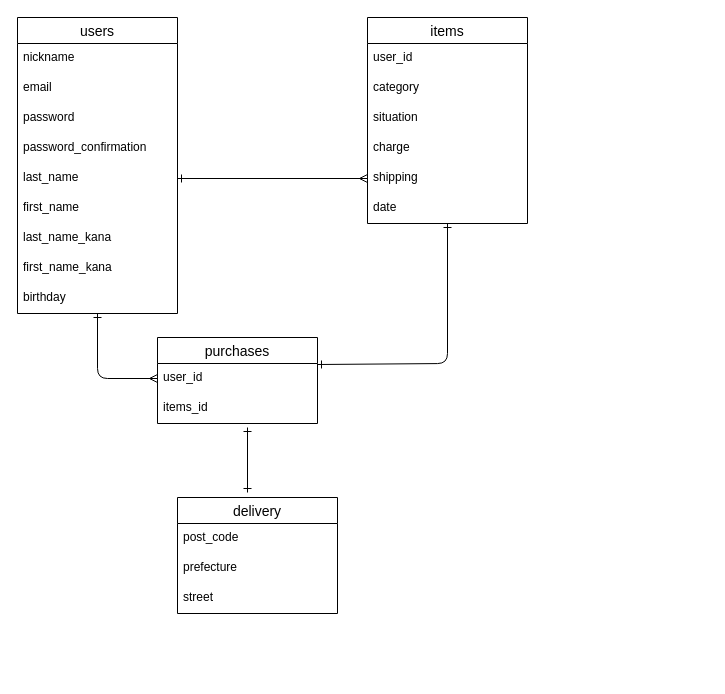
Before: test.dio in yujimiya/furima-39790-, a draw.io diagram. Source tidied: cells renumbered, new cells numbered last; positions are measured from the earlier drawing's top-left corner, leaving out a move shared by most shapes. Both pictures are drawn from the tidied source at 100%, with x=0, y=0 at pixel (17, 17).
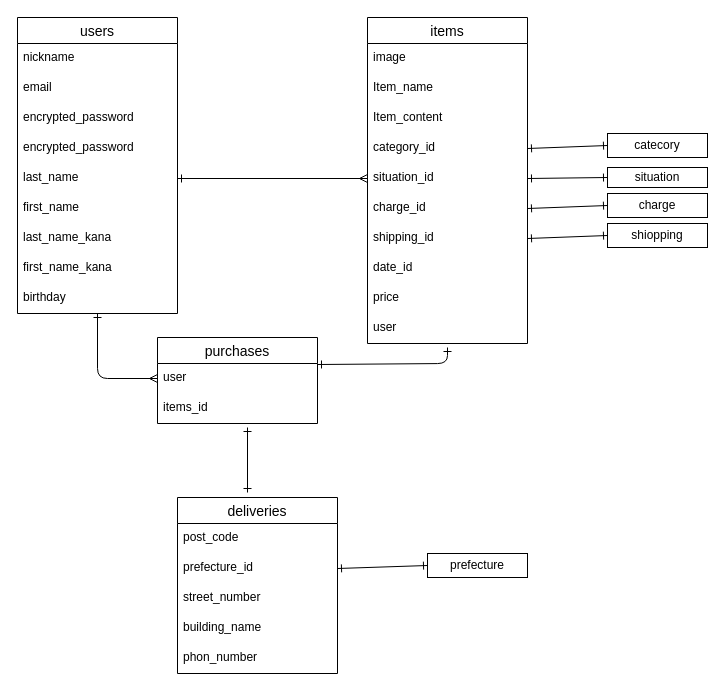
The same page after the edit.

Commit message (it also covers changes not shown here):
データベース設計修正

The change refers to these unchanged cells:
```xml
<mxCell id="2" value="users" style="swimlane;fontStyle=0;horizontal=1;startSize=26;align=center;fontSize=14;" parent="1" vertex="1">
  <mxGeometry width="160" height="296" as="geometry" />
</mxCell>
<mxCell id="7" value="last_name" style="text;strokeColor=none;fillColor=none;spacingLeft=4;spacingRight=4;overflow=hidden;points=[[0,0.5],[1,0.5]];portConstraint=eastwest;fontSize=12;" parent="2" vertex="1">
  <mxGeometry y="146" width="160" height="30" as="geometry" />
</mxCell>
<mxCell id="21" value="purchases" style="swimlane;fontStyle=0;horizontal=1;startSize=26;align=center;fontSize=14;" parent="1" vertex="1">
  <mxGeometry x="140" y="320" width="160" height="86" as="geometry" />
</mxCell>
```

The edit, as a diff of the source:
```diff
@@
-    <mxCell id="5" value="password" style="text;strokeColor=none;fillColor=none;spacingLeft=4;spacingRight=4;overflow=hidden;fontSize=12;" parent="2" vertex="1">
-      <mxGeometry y="86" width="160" height="30" as="geometry" />
-    </mxCell>
+    <mxCell id="30" value="encrypted_password" style="text;strokeColor=none;fillColor=none;spacingLeft=4;spacingRight=4;overflow=hidden;fontSize=12;" parent="2" vertex="1">
+      <mxGeometry y="86" width="160" height="30" as="geometry" />
+    </mxCell>
-    <mxCell id="6" value="password_confirmation" style="text;strokeColor=none;fillColor=none;spacingLeft=4;spacingRight=4;overflow=hidden;fontSize=12;" parent="2" vertex="1">
+    <mxCell id="6" value="encrypted_password" style="text;strokeColor=none;fillColor=none;spacingLeft=4;spacingRight=4;overflow=hidden;fontSize=12;" parent="2" vertex="1">
       <mxGeometry y="116" width="160" height="30" as="geometry" />
     </mxCell>
@@
     <mxCell id="12" value="items" style="swimlane;fontStyle=0;horizontal=1;startSize=26;align=center;fontSize=14;" parent="1" vertex="1">
-      <mxGeometry x="350" width="160" height="206" as="geometry" />
+      <mxGeometry x="350" width="160" height="326" as="geometry" />
     </mxCell>
-    <mxCell id="13" value="user_id" style="text;strokeColor=none;fillColor=none;spacingLeft=4;spacingRight=4;overflow=hidden;fontSize=12;" parent="12" vertex="1">
-      <mxGeometry y="26" width="160" height="30" as="geometry" />
-    </mxCell>
+    <mxCell id="31" value="image" style="text;strokeColor=none;fillColor=none;spacingLeft=4;spacingRight=4;overflow=hidden;fontSize=12;" parent="12" vertex="1">
+      <mxGeometry y="26" width="160" height="30" as="geometry" />
+    </mxCell>
+    <mxCell id="32" value="Item_name" style="text;strokeColor=none;fillColor=none;spacingLeft=4;spacingRight=4;overflow=hidden;fontSize=12;" parent="12" vertex="1">
+      <mxGeometry y="56" width="160" height="30" as="geometry" />
+    </mxCell>
+    <mxCell id="33" value="Item_content" style="text;strokeColor=none;fillColor=none;spacingLeft=4;spacingRight=4;overflow=hidden;fontSize=12;" parent="12" vertex="1">
+      <mxGeometry y="86" width="160" height="30" as="geometry" />
+    </mxCell>
-    <mxCell id="14" value="category" style="text;strokeColor=none;fillColor=none;spacingLeft=4;spacingRight=4;overflow=hidden;points=[[0,0.5],[1,0.5]];portConstraint=eastwest;fontSize=12;" parent="12" vertex="1">
-      <mxGeometry y="56" width="160" height="30" as="geometry" />
+    <mxCell id="14" value="category_id" style="text;strokeColor=none;fillColor=none;spacingLeft=4;spacingRight=4;overflow=hidden;points=[[0,0.5],[1,0.5]];portConstraint=eastwest;fontSize=12;" parent="12" vertex="1">
+      <mxGeometry y="116" width="160" height="30" as="geometry" />
     </mxCell>
-    <mxCell id="15" value="situation" style="text;strokeColor=none;fillColor=none;spacingLeft=4;spacingRight=4;overflow=hidden;points=[[0,0.5],[1,0.5]];portConstraint=eastwest;fontSize=12;" parent="12" vertex="1">
-      <mxGeometry y="86" width="160" height="30" as="geometry" />
+    <mxCell id="15" value="situation_id" style="text;strokeColor=none;fillColor=none;spacingLeft=4;spacingRight=4;overflow=hidden;points=[[0,0.5],[1,0.5]];portConstraint=eastwest;fontSize=12;" parent="12" vertex="1">
+      <mxGeometry y="146" width="160" height="30" as="geometry" />
     </mxCell>
-    <mxCell id="16" value="charge" style="text;strokeColor=none;fillColor=none;spacingLeft=4;spacingRight=4;overflow=hidden;points=[[0,0.5],[1,0.5]];portConstraint=eastwest;fontSize=12;" parent="12" vertex="1">
-      <mxGeometry y="116" width="160" height="30" as="geometry" />
+    <mxCell id="16" value="charge_id" style="text;strokeColor=none;fillColor=none;spacingLeft=4;spacingRight=4;overflow=hidden;points=[[0,0.5],[1,0.5]];portConstraint=eastwest;fontSize=12;" parent="12" vertex="1">
+      <mxGeometry y="176" width="160" height="30" as="geometry" />
     </mxCell>
-    <mxCell id="17" value="shipping" style="text;strokeColor=none;fillColor=none;spacingLeft=4;spacingRight=4;overflow=hidden;points=[[0,0.5],[1,0.5]];portConstraint=eastwest;fontSize=12;" parent="12" vertex="1">
-      <mxGeometry y="146" width="160" height="30" as="geometry" />
+    <mxCell id="17" value="shipping_id" style="text;strokeColor=none;fillColor=none;spacingLeft=4;spacingRight=4;overflow=hidden;points=[[0,0.5],[1,0.5]];portConstraint=eastwest;fontSize=12;" parent="12" vertex="1">
+      <mxGeometry y="206" width="160" height="30" as="geometry" />
     </mxCell>
-    <mxCell id="18" value="date" style="text;strokeColor=none;fillColor=none;spacingLeft=4;spacingRight=4;overflow=hidden;fontSize=12;" parent="12" vertex="1">
-      <mxGeometry y="176" width="160" height="30" as="geometry" />
+    <mxCell id="18" value="date_id" style="text;strokeColor=none;fillColor=none;spacingLeft=4;spacingRight=4;overflow=hidden;fontSize=12;" parent="12" vertex="1">
+      <mxGeometry y="236" width="160" height="30" as="geometry" />
     </mxCell>
+    <mxCell id="34" value="price" style="text;strokeColor=none;fillColor=none;spacingLeft=4;spacingRight=4;overflow=hidden;fontSize=12;" parent="12" vertex="1">
+      <mxGeometry y="266" width="160" height="30" as="geometry" />
+    </mxCell>
+    <mxCell id="13" value="user" style="text;strokeColor=none;fillColor=none;spacingLeft=4;spacingRight=4;overflow=hidden;fontSize=12;" parent="12" vertex="1">
+      <mxGeometry y="296" width="160" height="30" as="geometry" />
+    </mxCell>
-    <mxCell id="19" style="edgeStyle=none;html=1;exitX=1;exitY=0.5;exitDx=0;exitDy=0;entryX=0;entryY=0.5;entryDx=0;entryDy=0;endArrow=ERmany;endFill=0;startArrow=ERone;startFill=0;" parent="1" edge="1" source="7" target="17">
+    <mxCell id="19" style="edgeStyle=none;html=1;exitX=1;exitY=0.5;exitDx=0;exitDy=0;entryX=0;entryY=0.5;entryDx=0;entryDy=0;endArrow=ERmany;endFill=0;startArrow=ERone;startFill=0;" parent="1" edge="1" source="7" target="15">
       <mxGeometry relative="1" as="geometry" />
     </mxCell>
@@
-    <mxCell id="22" value="user_id" style="text;strokeColor=none;fillColor=none;spacingLeft=4;spacingRight=4;overflow=hidden;points=[[0,0.5],[1,0.5]];portConstraint=eastwest;fontSize=12;" parent="21" vertex="1">
+    <mxCell id="22" value="user" style="text;strokeColor=none;fillColor=none;spacingLeft=4;spacingRight=4;overflow=hidden;points=[[0,0.5],[1,0.5]];portConstraint=eastwest;fontSize=12;" parent="21" vertex="1">
       <mxGeometry y="26" width="160" height="30" as="geometry" />
     </mxCell>
@@
     <mxCell id="24" style="edgeStyle=none;html=1;startArrow=ERone;startFill=0;endArrow=ERone;endFill=0;entryX=1;entryY=0.5;entryDx=0;entryDy=0;" parent="1" edge="1">
       <mxGeometry relative="1" as="geometry">
-        <mxPoint x="430" y="206" as="sourcePoint" />
+        <mxPoint x="430" y="330" as="sourcePoint" />
         <mxPoint x="300" y="347" as="targetPoint" />
         <Array as="points">
           <mxPoint x="430" y="346" />
         </Array>
       </mxGeometry>
     </mxCell>
@@
-    <mxCell id="26" value="delivery" style="swimlane;fontStyle=0;horizontal=1;startSize=26;align=center;fontSize=14;" parent="1" vertex="1">
-      <mxGeometry x="160" y="480" width="160" height="116" as="geometry" />
+    <mxCell id="26" value="deliveries" style="swimlane;fontStyle=0;horizontal=1;startSize=26;align=center;fontSize=14;" parent="1" vertex="1">
+      <mxGeometry x="160" y="480" width="160" height="176" as="geometry" />
     </mxCell>
@@
-    <mxCell id="28" value="prefecture" style="text;strokeColor=none;fillColor=none;spacingLeft=4;spacingRight=4;overflow=hidden;points=[[0,0.5],[1,0.5]];portConstraint=eastwest;fontSize=12;" parent="26" vertex="1">
+    <mxCell id="28" value="prefecture_id" style="text;strokeColor=none;fillColor=none;spacingLeft=4;spacingRight=4;overflow=hidden;points=[[0,0.5],[1,0.5]];portConstraint=eastwest;fontSize=12;" parent="26" vertex="1">
       <mxGeometry y="56" width="160" height="30" as="geometry" />
     </mxCell>
-    <mxCell id="29" value="street" style="text;strokeColor=none;fillColor=none;spacingLeft=4;spacingRight=4;overflow=hidden;fontSize=12;" parent="26" vertex="1">
+    <mxCell id="29" value="street_number" style="text;strokeColor=none;fillColor=none;spacingLeft=4;spacingRight=4;overflow=hidden;fontSize=12;" parent="26" vertex="1">
       <mxGeometry y="86" width="160" height="30" as="geometry" />
     </mxCell>
+    <mxCell id="35" value="building_name" style="text;strokeColor=none;fillColor=none;spacingLeft=4;spacingRight=4;overflow=hidden;fontSize=12;" parent="26" vertex="1">
+      <mxGeometry y="116" width="160" height="30" as="geometry" />
+    </mxCell>
+    <mxCell id="36" value="phon_number" style="text;strokeColor=none;fillColor=none;spacingLeft=4;spacingRight=4;overflow=hidden;fontSize=12;" parent="26" vertex="1">
+      <mxGeometry y="146" width="160" height="30" as="geometry" />
+    </mxCell>
+    <mxCell id="37" value="catecory" style="whiteSpace=wrap;html=1;align=center;" parent="1" vertex="1">
+      <mxGeometry x="590" y="116" width="100" height="24" as="geometry" />
+    </mxCell>
+    <mxCell id="38" value="situation" style="whiteSpace=wrap;html=1;align=center;" parent="1" vertex="1">
+      <mxGeometry x="590" y="150" width="100" height="20" as="geometry" />
+    </mxCell>
+    <mxCell id="39" value="charge" style="whiteSpace=wrap;html=1;align=center;" parent="1" vertex="1">
+      <mxGeometry x="590" y="176" width="100" height="24" as="geometry" />
+    </mxCell>
+    <mxCell id="40" value="shiopping" style="whiteSpace=wrap;html=1;align=center;" parent="1" vertex="1">
+      <mxGeometry x="590" y="206" width="100" height="24" as="geometry" />
+    </mxCell>
+    <mxCell id="41" style="edgeStyle=none;html=1;exitX=1;exitY=0.5;exitDx=0;exitDy=0;entryX=0;entryY=0.5;entryDx=0;entryDy=0;startArrow=ERone;startFill=0;endArrow=ERone;endFill=0;" parent="1" edge="1" source="14" target="37">
+      <mxGeometry relative="1" as="geometry" />
+    </mxCell>
+    <mxCell id="42" style="edgeStyle=none;html=1;exitX=1;exitY=0.5;exitDx=0;exitDy=0;entryX=0;entryY=0.5;entryDx=0;entryDy=0;startArrow=ERone;startFill=0;endArrow=ERone;endFill=0;" parent="1" edge="1" source="15" target="38">
+      <mxGeometry relative="1" as="geometry" />
+    </mxCell>
+    <mxCell id="43" style="edgeStyle=none;html=1;exitX=1;exitY=0.5;exitDx=0;exitDy=0;entryX=0;entryY=0.5;entryDx=0;entryDy=0;startArrow=ERone;startFill=0;endArrow=ERone;endFill=0;" parent="1" edge="1" source="16" target="39">
+      <mxGeometry relative="1" as="geometry" />
+    </mxCell>
+    <mxCell id="44" style="edgeStyle=none;html=1;exitX=1;exitY=0.5;exitDx=0;exitDy=0;entryX=0;entryY=0.5;entryDx=0;entryDy=0;startArrow=ERone;startFill=0;endArrow=ERone;endFill=0;" parent="1" edge="1" source="17" target="40">
+      <mxGeometry relative="1" as="geometry" />
+    </mxCell>
+    <mxCell id="45" value="prefecture" style="whiteSpace=wrap;html=1;align=center;" parent="1" vertex="1">
+      <mxGeometry x="410" y="536" width="100" height="24" as="geometry" />
+    </mxCell>
+    <mxCell id="46" style="edgeStyle=none;html=1;exitX=1;exitY=0.5;exitDx=0;exitDy=0;entryX=0;entryY=0.5;entryDx=0;entryDy=0;startArrow=ERone;startFill=0;endArrow=ERone;endFill=0;" parent="1" edge="1" source="28" target="45">
+      <mxGeometry relative="1" as="geometry" />
+    </mxCell>
```
